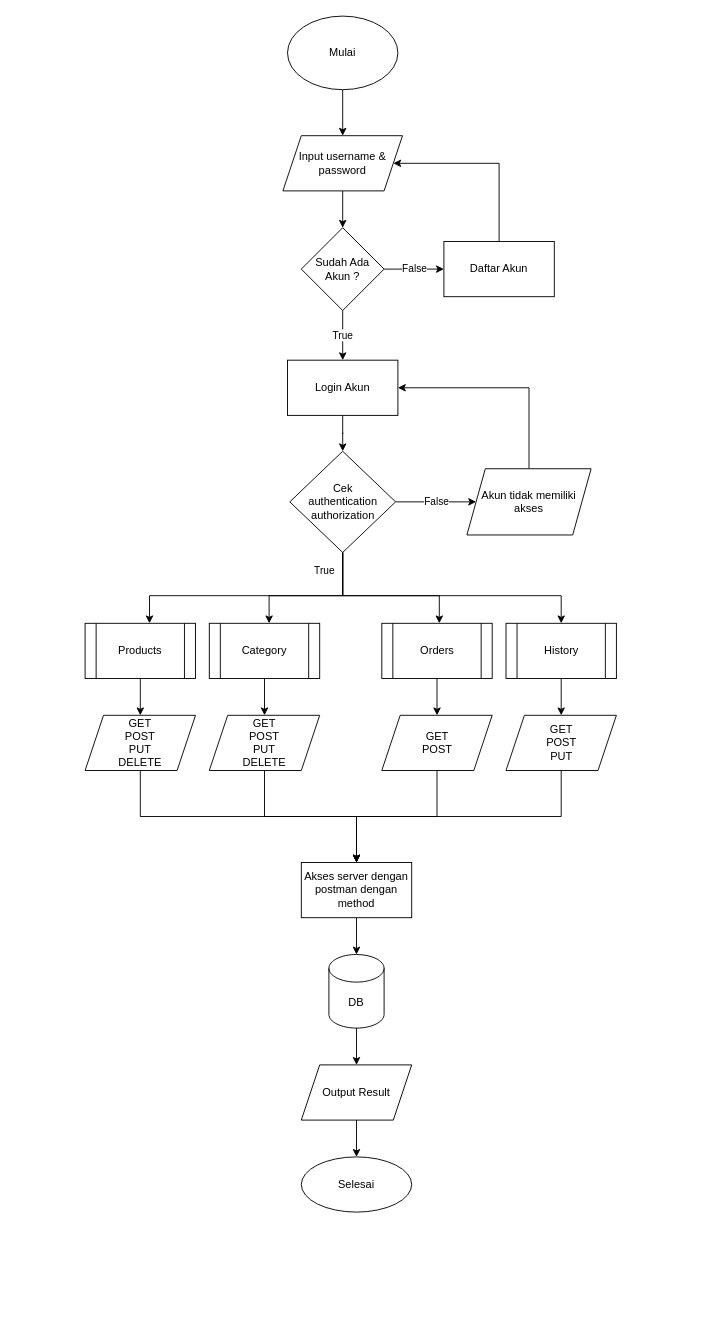
Before: others/Flowchart/Tukupedia-Flowchart.drawio in hasbialwikusmana/Tukupedia-Express, a draw.io diagram. Source tidied: cells renumbered, new cells numbered last; positions are measured from the earlier drawing's top-left corner, leaving out a move shared by most shapes. Both pictures are drawn from the tidied source at 92%, with x=0, y=0 at pixel (85, 16).
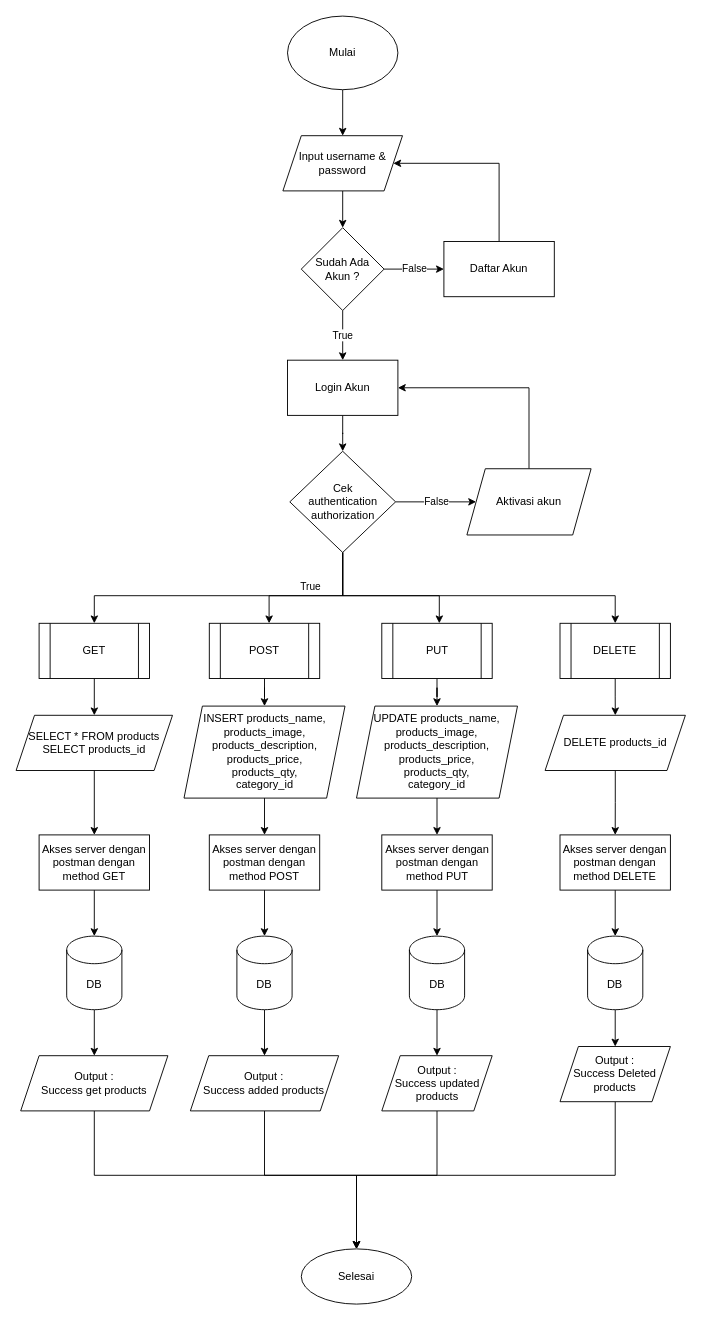
After the change.

Unchanged cells that the change refers to:
```xml
<mxCell id="22" value="Cek &lt;br&gt;authentication authorization" style="rhombus;whiteSpace=wrap;html=1;" parent="1" vertex="1">
  <mxGeometry x="222.5" y="473" width="115" height="110" as="geometry" />
</mxCell>
```

What changed in the source:
```diff
@@
-    <mxCell id="14" value="Products" style="shape=process;whiteSpace=wrap;html=1;backgroundOutline=1;" parent="1" vertex="1">
-      <mxGeometry y="660" width="120" height="60" as="geometry" />
+    <mxCell id="14" value="GET" style="shape=process;whiteSpace=wrap;html=1;backgroundOutline=1;" parent="1" vertex="1">
+      <mxGeometry x="-50" y="660" width="120" height="60" as="geometry" />
     </mxCell>
@@
-    <mxCell id="16" value="Category" style="shape=process;whiteSpace=wrap;html=1;backgroundOutline=1;" parent="1" vertex="1">
+    <mxCell id="16" value="POST" style="shape=process;whiteSpace=wrap;html=1;backgroundOutline=1;" parent="1" vertex="1">
       <mxGeometry x="135" y="660" width="120" height="60" as="geometry" />
     </mxCell>
@@
-    <mxCell id="18" value="True" style="edgeStyle=orthogonalEdgeStyle;rounded=0;jettySize=auto;html=1;" parent="1" edge="1" source="22" target="14">
-      <mxGeometry x="-0.86" y="-20" relative="1" as="geometry">
+    <mxCell id="18" value="True" style="edgeStyle=orthogonalEdgeStyle;rounded=0;jettySize=auto;html=1;entryX=0.5;entryY=0;entryDx=0;entryDy=0;" parent="1" edge="1" source="22" target="14">
+      <mxGeometry x="-0.53" y="-10" relative="1" as="geometry">
         <Array as="points">
           <mxPoint x="280" y="630" />
-          <mxPoint x="70" y="630" />
+          <mxPoint x="10" y="630" />
         </Array>
       </mxGeometry>
     </mxCell>
@@
     <mxCell id="21" style="edgeStyle=orthogonalEdgeStyle;rounded=0;jettySize=auto;html=1;entryX=0.5;entryY=0;entryDx=0;entryDy=0;" parent="1" edge="1" source="22" target="28">
       <mxGeometry relative="1" as="geometry">
         <Array as="points">
           <mxPoint x="280" y="630" />
-          <mxPoint x="517" y="630" />
+          <mxPoint x="576" y="630" />
         </Array>
       </mxGeometry>
     </mxCell>
@@
-    <mxCell id="24" value="Akun tidak memiliki akses" style="shape=parallelogram;perimeter=parallelogramPerimeter;whiteSpace=wrap;html=1;fixedSize=1;" parent="1" vertex="1">
+    <mxCell id="24" value="Aktivasi akun" style="shape=parallelogram;perimeter=parallelogramPerimeter;whiteSpace=wrap;html=1;fixedSize=1;" parent="1" vertex="1">
       <mxGeometry x="415" y="492" width="135" height="72" as="geometry" />
     </mxCell>
-    <mxCell id="25" style="edgeStyle=orthogonalEdgeStyle;rounded=0;jettySize=auto;html=1;" parent="1" edge="1" source="26" target="34">
+    <mxCell id="25" style="edgeStyle=orthogonalEdgeStyle;rounded=0;jettySize=auto;html=1;entryX=0.5;entryY=0;entryDx=0;entryDy=0;" parent="1" edge="1" source="26" target="49">
       <mxGeometry relative="1" as="geometry" />
     </mxCell>
-    <mxCell id="26" value="Orders" style="shape=process;whiteSpace=wrap;html=1;backgroundOutline=1;" parent="1" vertex="1">
+    <mxCell id="26" value="PUT" style="shape=process;whiteSpace=wrap;html=1;backgroundOutline=1;" parent="1" vertex="1">
       <mxGeometry x="322.5" y="660" width="120" height="60" as="geometry" />
     </mxCell>
@@
-    <mxCell id="28" value="History" style="shape=process;whiteSpace=wrap;html=1;backgroundOutline=1;" parent="1" vertex="1">
-      <mxGeometry x="457.5" y="660" width="120" height="60" as="geometry" />
+    <mxCell id="28" value="DELETE" style="shape=process;whiteSpace=wrap;html=1;backgroundOutline=1;" parent="1" vertex="1">
+      <mxGeometry x="516.2" y="660" width="120" height="60" as="geometry" />
     </mxCell>
     <mxCell id="29" style="edgeStyle=orthogonalEdgeStyle;rounded=0;jettySize=auto;html=1;" parent="1" edge="1" source="30" target="38">
-      <mxGeometry relative="1" as="geometry">
-        <Array as="points">
-          <mxPoint x="60" y="870" />
-          <mxPoint x="295" y="870" />
-        </Array>
-      </mxGeometry>
+      <mxGeometry relative="1" as="geometry" />
     </mxCell>
-    <mxCell id="30" value="GET&lt;br&gt;POST&lt;br&gt;PUT&lt;br&gt;DELETE" style="shape=parallelogram;perimeter=parallelogramPerimeter;whiteSpace=wrap;html=1;fixedSize=1;" parent="1" vertex="1">
-      <mxGeometry y="760" width="120" height="60" as="geometry" />
+    <mxCell id="30" value="SELECT * FROM products&lt;br&gt;SELECT products_id" style="shape=parallelogram;perimeter=parallelogramPerimeter;whiteSpace=wrap;html=1;fixedSize=1;" parent="1" vertex="1">
+      <mxGeometry x="-75" y="760" width="170" height="60" as="geometry" />
     </mxCell>
-    <mxCell id="31" style="edgeStyle=orthogonalEdgeStyle;rounded=0;jettySize=auto;html=1;" parent="1" edge="1" source="32" target="38">
-      <mxGeometry relative="1" as="geometry" />
-    </mxCell>
+    <mxCell id="44" style="edgeStyle=orthogonalEdgeStyle;rounded=0;jettySize=auto;html=1;" parent="1" edge="1" source="32" target="51">
+      <mxGeometry relative="1" as="geometry" />
+    </mxCell>
-    <mxCell id="32" value="GET&lt;br&gt;POST&lt;br&gt;PUT&lt;br&gt;DELETE" style="shape=parallelogram;perimeter=parallelogramPerimeter;whiteSpace=wrap;html=1;fixedSize=1;" parent="1" vertex="1">
-      <mxGeometry x="135" y="760" width="120" height="60" as="geometry" />
+    <mxCell id="32" value="INSERT products_name, products_image,&lt;br&gt;products_description,&lt;br&gt;products_price,&lt;br&gt;products_qty,&lt;br&gt;category_id" style="shape=parallelogram;perimeter=parallelogramPerimeter;whiteSpace=wrap;html=1;fixedSize=1;" parent="1" vertex="1">
+      <mxGeometry x="107.5" y="750" width="175" height="100" as="geometry" />
     </mxCell>
-    <mxCell id="33" style="edgeStyle=orthogonalEdgeStyle;rounded=0;jettySize=auto;html=1;entryX=0.5;entryY=0;entryDx=0;entryDy=0;" parent="1" edge="1" source="34" target="38">
-      <mxGeometry relative="1" as="geometry" />
-    </mxCell>
-    <mxCell id="34" value="GET&lt;br&gt;POST" style="shape=parallelogram;perimeter=parallelogramPerimeter;whiteSpace=wrap;html=1;fixedSize=1;" parent="1" vertex="1">
-      <mxGeometry x="322.5" y="760" width="120" height="60" as="geometry" />
-    </mxCell>
-    <mxCell id="35" style="edgeStyle=orthogonalEdgeStyle;rounded=0;jettySize=auto;html=1;entryX=0.5;entryY=0;entryDx=0;entryDy=0;" parent="1" edge="1" source="36" target="38">
-      <mxGeometry relative="1" as="geometry">
-        <Array as="points">
-          <mxPoint x="517" y="870" />
-          <mxPoint x="295" y="870" />
-        </Array>
-      </mxGeometry>
-    </mxCell>
+    <mxCell id="45" style="edgeStyle=orthogonalEdgeStyle;rounded=0;jettySize=auto;html=1;" parent="1" edge="1" source="36" target="55">
+      <mxGeometry relative="1" as="geometry" />
+    </mxCell>
-    <mxCell id="36" value="GET&lt;br&gt;POST&lt;br&gt;PUT" style="shape=parallelogram;perimeter=parallelogramPerimeter;whiteSpace=wrap;html=1;fixedSize=1;" parent="1" vertex="1">
-      <mxGeometry x="457.5" y="760" width="120" height="60" as="geometry" />
+    <mxCell id="36" value="DELETE products_id" style="shape=parallelogram;perimeter=parallelogramPerimeter;whiteSpace=wrap;html=1;fixedSize=1;" parent="1" vertex="1">
+      <mxGeometry x="500" y="760" width="152.5" height="60" as="geometry" />
     </mxCell>
-    <mxCell id="37" style="edgeStyle=orthogonalEdgeStyle;rounded=0;jettySize=auto;html=1;" parent="1" edge="1" source="38" target="40">
-      <mxGeometry relative="1" as="geometry" />
-    </mxCell>
+    <mxCell id="46" style="edgeStyle=orthogonalEdgeStyle;rounded=0;jettySize=auto;html=1;" parent="1" edge="1" source="38" target="61">
+      <mxGeometry relative="1" as="geometry" />
+    </mxCell>
-    <mxCell id="38" value="Akses server dengan postman dengan method" style="whiteSpace=wrap;html=1;" parent="1" vertex="1">
-      <mxGeometry x="235" y="920" width="120" height="60" as="geometry" />
+    <mxCell id="38" value="Akses server dengan postman dengan method GET" style="whiteSpace=wrap;html=1;" parent="1" vertex="1">
+      <mxGeometry x="-50" y="890" width="120" height="60" as="geometry" />
     </mxCell>
-    <mxCell id="39" style="edgeStyle=orthogonalEdgeStyle;rounded=0;jettySize=auto;html=1;" parent="1" edge="1" source="40" target="42">
-      <mxGeometry relative="1" as="geometry" />
-    </mxCell>
+    <mxCell id="47" style="edgeStyle=orthogonalEdgeStyle;rounded=0;jettySize=auto;html=1;" parent="1" edge="1" source="40" target="63">
+      <mxGeometry relative="1" as="geometry" />
+    </mxCell>
     <mxCell id="40" value="DB" style="shape=cylinder3;whiteSpace=wrap;html=1;boundedLbl=1;backgroundOutline=1;size=15;" parent="1" vertex="1">
-      <mxGeometry x="265" y="1020" width="60" height="80" as="geometry" />
+      <mxGeometry x="546.2" y="1000" width="60" height="80" as="geometry" />
     </mxCell>
-    <mxCell id="41" style="edgeStyle=orthogonalEdgeStyle;rounded=0;jettySize=auto;html=1;" parent="1" edge="1" source="42" target="43">
-      <mxGeometry relative="1" as="geometry" />
+    <mxCell id="41" style="edgeStyle=orthogonalEdgeStyle;rounded=0;jettySize=auto;html=1;entryX=0.5;entryY=0;entryDx=0;entryDy=0;" parent="1" edge="1" source="42" target="43">
+      <mxGeometry relative="1" as="geometry">
+        <Array as="points">
+          <mxPoint x="382" y="1260" />
+          <mxPoint x="295" y="1260" />
+        </Array>
+      </mxGeometry>
     </mxCell>
-    <mxCell id="42" value="Output Result" style="shape=parallelogram;perimeter=parallelogramPerimeter;whiteSpace=wrap;html=1;fixedSize=1;" parent="1" vertex="1">
-      <mxGeometry x="235" y="1140" width="120" height="60" as="geometry" />
+    <mxCell id="42" value="Output :&lt;br&gt;Success updated products" style="shape=parallelogram;perimeter=parallelogramPerimeter;whiteSpace=wrap;html=1;fixedSize=1;" parent="1" vertex="1">
+      <mxGeometry x="322.5" y="1130" width="120" height="60" as="geometry" />
     </mxCell>
     <mxCell id="43" value="Selesai" style="ellipse;whiteSpace=wrap;html=1;" parent="1" vertex="1">
-      <mxGeometry x="235" y="1240" width="120" height="60" as="geometry" />
+      <mxGeometry x="235" y="1340" width="120" height="60" as="geometry" />
     </mxCell>
+    <mxCell id="48" style="edgeStyle=orthogonalEdgeStyle;rounded=0;jettySize=auto;html=1;" parent="1" edge="1" source="49" target="53">
+      <mxGeometry relative="1" as="geometry" />
+    </mxCell>
+    <mxCell id="49" value="UPDATE products_name, products_image,&lt;br&gt;products_description,&lt;br&gt;products_price,&lt;br&gt;products_qty,&lt;br&gt;category_id" style="shape=parallelogram;perimeter=parallelogramPerimeter;whiteSpace=wrap;html=1;fixedSize=1;" parent="1" vertex="1">
+      <mxGeometry x="295" y="750" width="175" height="100" as="geometry" />
+    </mxCell>
+    <mxCell id="50" style="edgeStyle=orthogonalEdgeStyle;rounded=0;jettySize=auto;html=1;" parent="1" edge="1" source="51" target="59">
+      <mxGeometry relative="1" as="geometry" />
+    </mxCell>
+    <mxCell id="51" value="Akses server dengan postman dengan method POST" style="whiteSpace=wrap;html=1;" parent="1" vertex="1">
+      <mxGeometry x="135" y="890" width="120" height="60" as="geometry" />
+    </mxCell>
+    <mxCell id="52" style="edgeStyle=orthogonalEdgeStyle;rounded=0;jettySize=auto;html=1;" parent="1" edge="1" source="53" target="57">
+      <mxGeometry relative="1" as="geometry" />
+    </mxCell>
+    <mxCell id="53" value="Akses server dengan postman dengan method PUT" style="whiteSpace=wrap;html=1;" parent="1" vertex="1">
+      <mxGeometry x="322.5" y="890" width="120" height="60" as="geometry" />
+    </mxCell>
+    <mxCell id="54" style="edgeStyle=orthogonalEdgeStyle;rounded=0;jettySize=auto;html=1;" parent="1" edge="1" source="55" target="40">
+      <mxGeometry relative="1" as="geometry" />
+    </mxCell>
+    <mxCell id="55" value="Akses server dengan postman dengan method DELETE" style="whiteSpace=wrap;html=1;" parent="1" vertex="1">
+      <mxGeometry x="516.2" y="890" width="120" height="60" as="geometry" />
+    </mxCell>
+    <mxCell id="56" style="edgeStyle=orthogonalEdgeStyle;rounded=0;jettySize=auto;html=1;" parent="1" edge="1" source="57" target="42">
+      <mxGeometry relative="1" as="geometry" />
+    </mxCell>
+    <mxCell id="57" value="DB" style="shape=cylinder3;whiteSpace=wrap;html=1;boundedLbl=1;backgroundOutline=1;size=15;" parent="1" vertex="1">
+      <mxGeometry x="352.5" y="1000" width="60" height="80" as="geometry" />
+    </mxCell>
+    <mxCell id="58" style="edgeStyle=orthogonalEdgeStyle;rounded=0;jettySize=auto;html=1;" parent="1" edge="1" source="59" target="65">
+      <mxGeometry relative="1" as="geometry" />
+    </mxCell>
+    <mxCell id="59" value="DB" style="shape=cylinder3;whiteSpace=wrap;html=1;boundedLbl=1;backgroundOutline=1;size=15;" parent="1" vertex="1">
+      <mxGeometry x="165" y="1000" width="60" height="80" as="geometry" />
+    </mxCell>
+    <mxCell id="60" style="edgeStyle=orthogonalEdgeStyle;rounded=0;jettySize=auto;html=1;" parent="1" edge="1" source="61" target="67">
+      <mxGeometry relative="1" as="geometry" />
+    </mxCell>
+    <mxCell id="61" value="DB" style="shape=cylinder3;whiteSpace=wrap;html=1;boundedLbl=1;backgroundOutline=1;size=15;" parent="1" vertex="1">
+      <mxGeometry x="-20" y="1000" width="60" height="80" as="geometry" />
+    </mxCell>
+    <mxCell id="62" style="edgeStyle=orthogonalEdgeStyle;rounded=0;jettySize=auto;html=1;entryX=0.5;entryY=0;entryDx=0;entryDy=0;" parent="1" edge="1" source="63" target="43">
+      <mxGeometry relative="1" as="geometry">
+        <Array as="points">
+          <mxPoint x="576" y="1260" />
+          <mxPoint x="295" y="1260" />
+        </Array>
+      </mxGeometry>
+    </mxCell>
+    <mxCell id="63" value="Output :&lt;br&gt;Success Deleted products" style="shape=parallelogram;perimeter=parallelogramPerimeter;whiteSpace=wrap;html=1;fixedSize=1;" parent="1" vertex="1">
+      <mxGeometry x="516.2" y="1120" width="120" height="60" as="geometry" />
+    </mxCell>
+    <mxCell id="64" style="edgeStyle=orthogonalEdgeStyle;rounded=0;jettySize=auto;html=1;entryX=0.5;entryY=0;entryDx=0;entryDy=0;" parent="1" edge="1" source="65" target="43">
+      <mxGeometry relative="1" as="geometry">
+        <Array as="points">
+          <mxPoint x="195" y="1260" />
+          <mxPoint x="295" y="1260" />
+        </Array>
+      </mxGeometry>
+    </mxCell>
+    <mxCell id="65" value="Output :&lt;br&gt;Success added products" style="shape=parallelogram;perimeter=parallelogramPerimeter;whiteSpace=wrap;html=1;fixedSize=1;" parent="1" vertex="1">
+      <mxGeometry x="114.4" y="1130" width="161.2" height="60" as="geometry" />
+    </mxCell>
+    <mxCell id="66" style="edgeStyle=orthogonalEdgeStyle;rounded=0;jettySize=auto;html=1;" parent="1" edge="1" source="67" target="43">
+      <mxGeometry relative="1" as="geometry">
+        <Array as="points">
+          <mxPoint x="10" y="1260" />
+          <mxPoint x="295" y="1260" />
+        </Array>
+      </mxGeometry>
+    </mxCell>
+    <mxCell id="67" value="Output : &lt;br&gt;Success get products" style="shape=parallelogram;perimeter=parallelogramPerimeter;whiteSpace=wrap;html=1;fixedSize=1;" parent="1" vertex="1">
+      <mxGeometry x="-70" y="1130" width="160" height="60" as="geometry" />
+    </mxCell>
```
